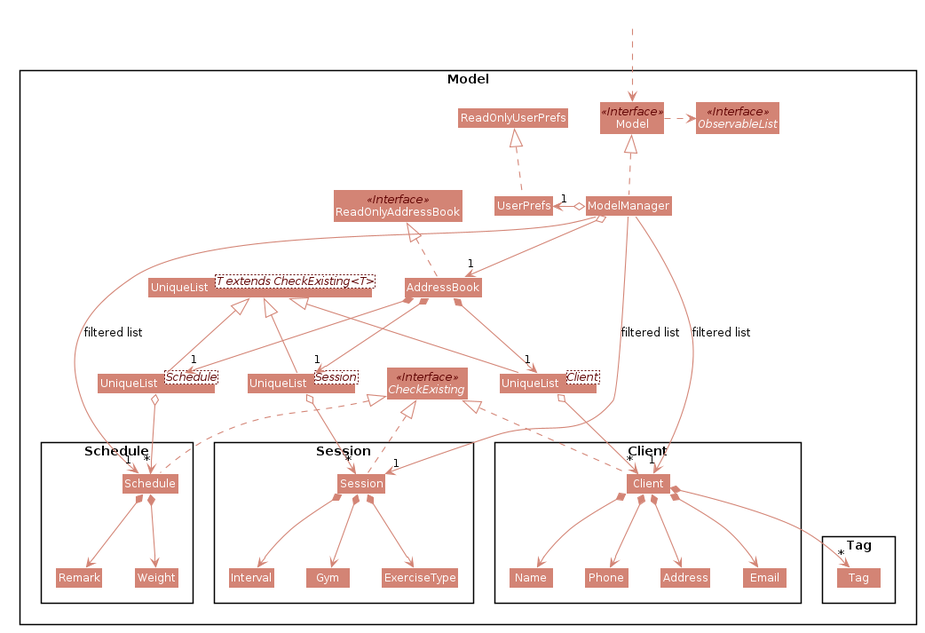
Before: docs/images/ModelClassDiagram.png, a diagram exported from PlantUML (tanweijie123/tp).
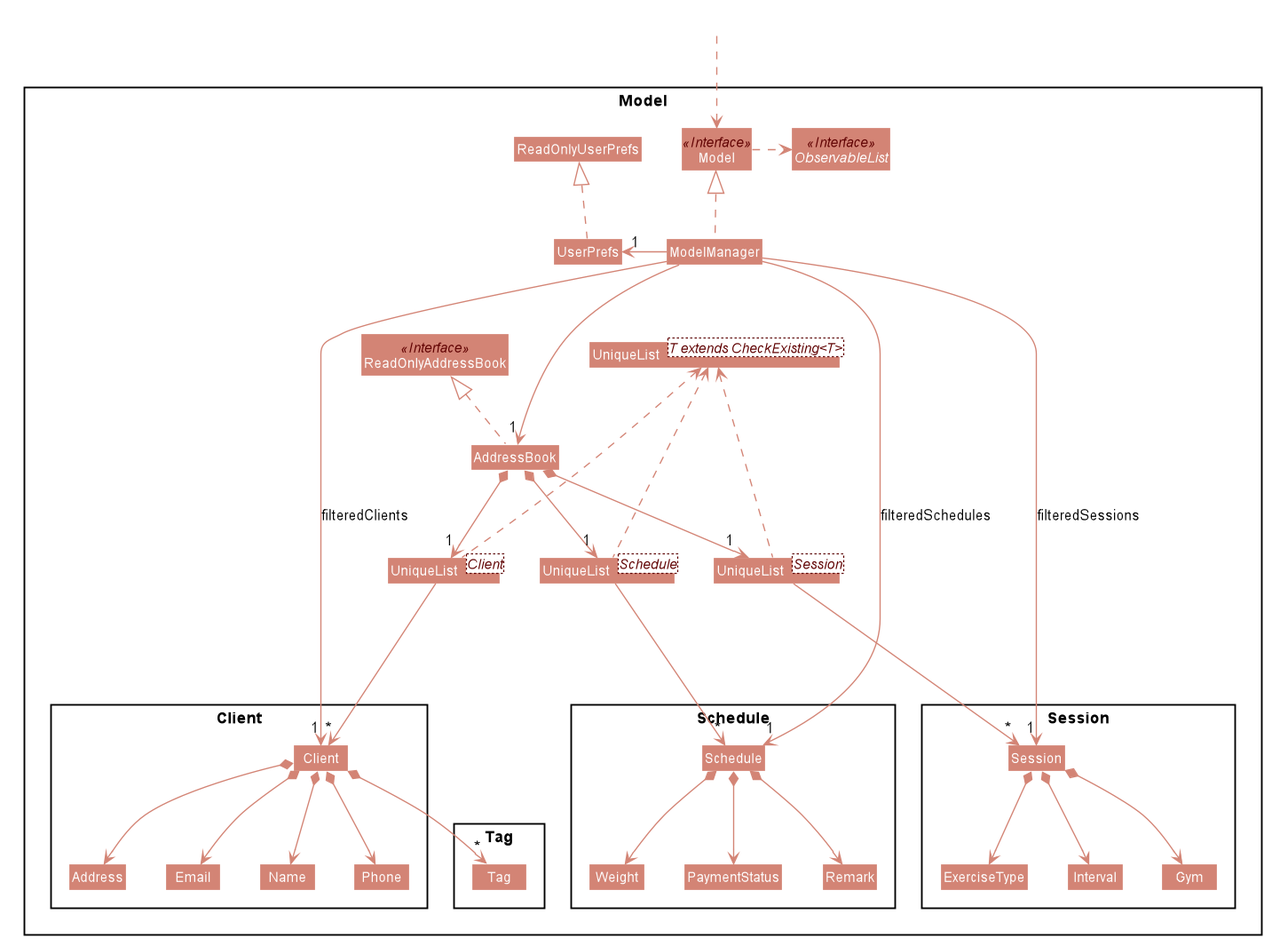
The same file after the commit.

The edit, as a diff of the source:
```diff
@@ -47,6 +47,7 @@
 hide footbox
 hide members
 hide circle
+
 skinparam arrowThickness 1.1
 skinparam arrowColor #d38475
 skinparam classBackgroundColor #d38475
@@ -62,7 +63,6 @@
 Interface ReadOnlyAddressBook <<Interface>>
 Interface Model <<Interface>>
 Interface ObservableList <<Interface>>
-Interface CheckExisting <<Interface>>
 
 Class AddressBook
 Class ReadOnlyAddressBook
@@ -75,12 +75,12 @@
 Class "UniqueList<Client>" as UniqueList_client
 Class "UniqueList<Session>" as UniqueList_session
 Class "UniqueList<Schedule>" as UniqueList_schedule
-UniqueList_t <|-- UniqueList_client
-UniqueList_t <|-- UniqueList_session
-UniqueList_t <|-- UniqueList_schedule
+UniqueList_t <... UniqueList_client
+UniqueList_t <... UniqueList_session
+UniqueList_t <... UniqueList_schedule
 
 Package Client {
-class Client implements CheckExisting
+class Client
 Class Address
 Class Email
 Class Name
@@ -88,16 +88,17 @@
 }
 
 Package Session {
-Class Session implements CheckExisting
+Class Session
 Class Gym
 Class ExerciseType
 Class Interval
 }
 
 Package Schedule {
-Class Schedule implements CheckExisting
+Class Schedule
 Class Remark
 Class Weight
+Class PaymentStatus
 }
 
 Package Tag {
@@ -112,12 +113,12 @@
 
 ModelManager .up.|> Model
 Model .right.> ObservableList
-ModelManager o--> "1" AddressBook
-ModelManager o-left-> "1" UserPrefs
+ModelManager ---> "1" AddressBook
+ModelManager --left-> "1" UserPrefs
 UserPrefs .up.|> ReadOnlyUserPrefs
 
 AddressBook *--> "1" UniqueList_client
-UniqueList_client o--> "*" Client
+UniqueList_client ---> "*" Client
 Client *--> Name
 Client *--> Phone
 Client *--> Email
@@ -129,7 +130,7 @@
 Address -[hidden]right-> Email
 
 AddressBook *--> "1" UniqueList_session
-UniqueList_session o--> "*" Session
+UniqueList_session ---> "*" Session
 Session *--> Gym
 Session *--> ExerciseType
 Session *--> Interval
@@ -138,12 +139,13 @@
 ExerciseType -[hidden]right-> Interval
 
 AddressBook *--> "1" UniqueList_schedule
-UniqueList_schedule o--> "*" Schedule
+UniqueList_schedule ---> "*" Schedule
 Schedule *--> Remark
 Schedule *--> Weight
+Schedule *--> PaymentStatus
 
 
-ModelManager -->"1" Client : filtered list
-ModelManager -->"1" Schedule : filtered list
-ModelManager -->"1" Session : filtered list
+ModelManager -->"1" Client : filteredClients
+ModelManager -->"1" Schedule : filteredSchedules
+ModelManager -->"1" Session : filteredSessions
 @enduml
```
